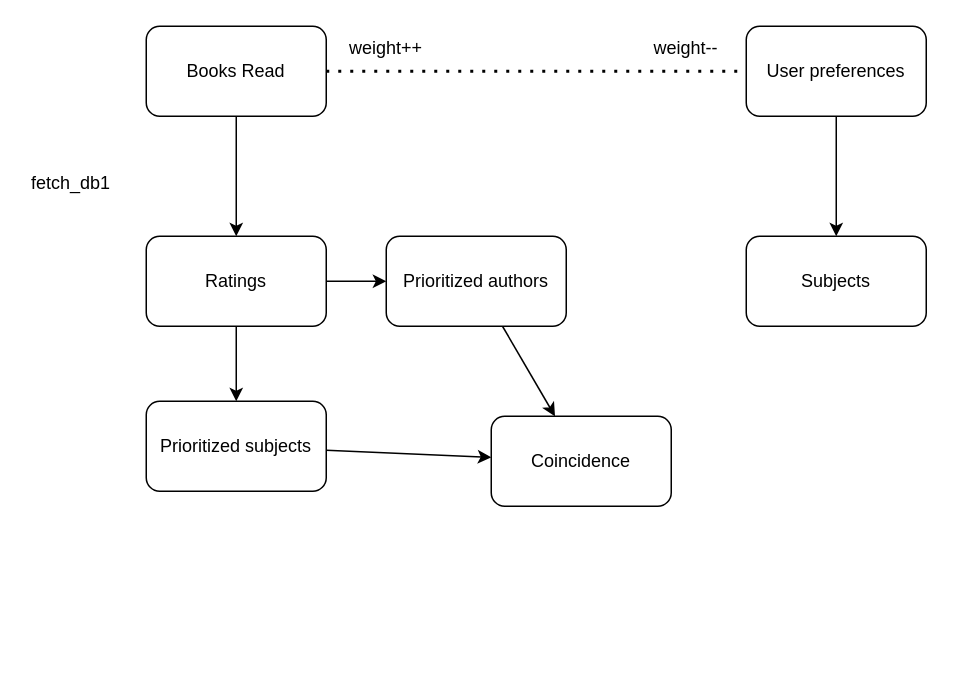
The draw.io diagram diagrams/recommendation-algo.drawio in theodufort/book-journey, before the edit. Source tidied: cells renumbered, new cells numbered last; positions are measured from the earlier drawing's top-left corner, leaving out a move shared by most shapes. Both pictures are drawn from the tidied source at 150%, with x=0, y=0 at pixel (26, 26).
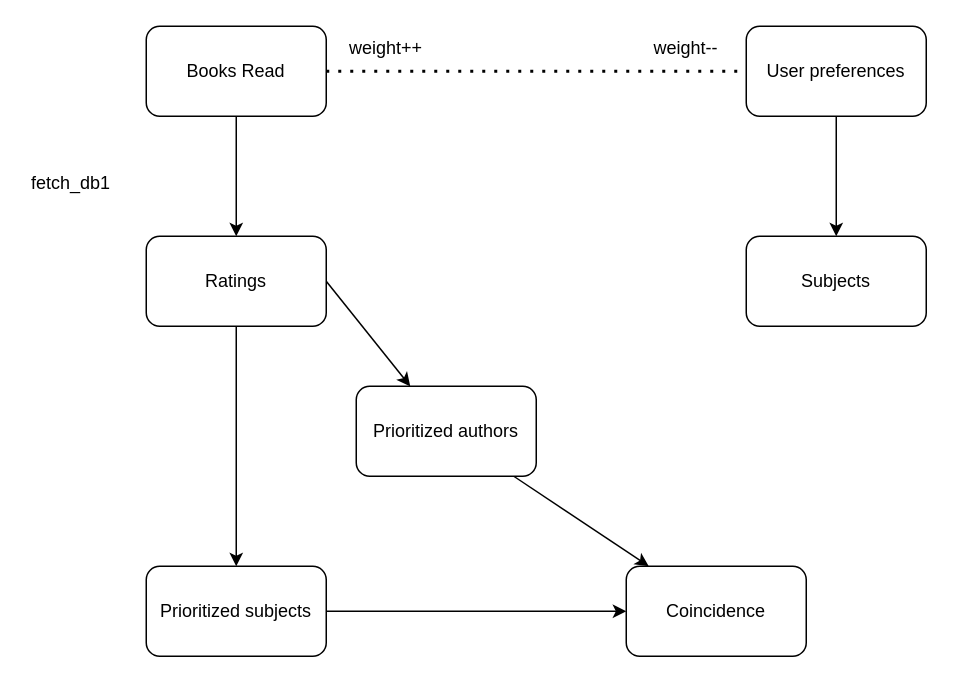
The same diagram, later.

Change to the diagram source:
```diff
@@
 <mxGraphModel>
   <root>
     <mxCell id="0" />
     <mxCell id="1" parent="0" />
     <mxCell id="2" style="edgeStyle=none;html=1;entryX=0.5;entryY=0;entryDx=0;entryDy=0;" parent="1" edge="1" source="3" target="8">
       <mxGeometry relative="1" as="geometry" />
     </mxCell>
     <mxCell id="3" value="Books Read" style="rounded=1;whiteSpace=wrap;html=1;" parent="1" vertex="1">
       <mxGeometry x="80" width="120" height="60" as="geometry" />
     </mxCell>
     <mxCell id="4" style="edgeStyle=none;html=1;" parent="1" edge="1" source="5" target="13">
       <mxGeometry relative="1" as="geometry" />
     </mxCell>
     <mxCell id="5" value="User preferences" style="rounded=1;whiteSpace=wrap;html=1;" parent="1" vertex="1">
       <mxGeometry x="480" width="120" height="60" as="geometry" />
     </mxCell>
     <mxCell id="6" style="edgeStyle=none;html=1;" parent="1" edge="1" source="8" target="15">
       <mxGeometry relative="1" as="geometry" />
     </mxCell>
-    <mxCell id="7" style="edgeStyle=none;html=1;" parent="1" edge="1" source="8" target="17">
+    <mxCell id="7" style="edgeStyle=none;html=1;exitX=1;exitY=0.5;exitDx=0;exitDy=0;" parent="1" edge="1" source="8" target="17">
       <mxGeometry relative="1" as="geometry" />
     </mxCell>
     <mxCell id="8" value="Ratings" style="rounded=1;whiteSpace=wrap;html=1;" parent="1" vertex="1">
       <mxGeometry x="80" y="140" width="120" height="60" as="geometry" />
     </mxCell>
     <mxCell id="9" value="fetch_db1" style="text;html=1;strokeColor=none;fillColor=none;align=center;verticalAlign=middle;whiteSpace=wrap;rounded=0;" parent="1" vertex="1">
       <mxGeometry y="90" width="60" height="30" as="geometry" />
     </mxCell>
     <mxCell id="10" style="endArrow=none;dashed=1;html=1;dashPattern=1 3;strokeWidth=2;exitX=1;exitY=0.5;exitDx=0;exitDy=0;entryX=0;entryY=0.5;entryDx=0;entryDy=0;" parent="1" edge="1" source="3" target="5">
       <mxGeometry relative="1" as="geometry" />
     </mxCell>
     <mxCell id="11" value="weight++" style="text;html=1;strokeColor=none;fillColor=none;align=center;verticalAlign=middle;whiteSpace=wrap;rounded=0;" parent="1" vertex="1">
       <mxGeometry x="210" width="60" height="30" as="geometry" />
     </mxCell>
     <mxCell id="12" value="weight--" style="text;html=1;strokeColor=none;fillColor=none;align=center;verticalAlign=middle;whiteSpace=wrap;rounded=0;" parent="1" vertex="1">
       <mxGeometry x="410" width="60" height="30" as="geometry" />
     </mxCell>
     <mxCell id="13" value="Subjects" style="rounded=1;whiteSpace=wrap;html=1;" parent="1" vertex="1">
       <mxGeometry x="480" y="140" width="120" height="60" as="geometry" />
     </mxCell>
     <mxCell id="14" style="edgeStyle=none;html=1;" parent="1" edge="1" source="15" target="18">
       <mxGeometry relative="1" as="geometry" />
     </mxCell>
     <mxCell id="15" value="Prioritized subjects" style="rounded=1;whiteSpace=wrap;html=1;" parent="1" vertex="1">
-      <mxGeometry x="80" y="250" width="120" height="60" as="geometry" />
+      <mxGeometry x="80" y="360" width="120" height="60" as="geometry" />
     </mxCell>
     <mxCell id="16" style="edgeStyle=none;html=1;" parent="1" edge="1" source="17" target="18">
       <mxGeometry relative="1" as="geometry" />
     </mxCell>
     <mxCell id="17" value="Prioritized authors" style="rounded=1;whiteSpace=wrap;html=1;" parent="1" vertex="1">
-      <mxGeometry x="240" y="140" width="120" height="60" as="geometry" />
+      <mxGeometry x="220" y="240" width="120" height="60" as="geometry" />
     </mxCell>
     <mxCell id="18" value="Coincidence" style="rounded=1;whiteSpace=wrap;html=1;" parent="1" vertex="1">
-      <mxGeometry x="310" y="260" width="120" height="60" as="geometry" />
+      <mxGeometry x="400" y="360" width="120" height="60" as="geometry" />
     </mxCell>
   </root>
 </mxGraphModel>
```
